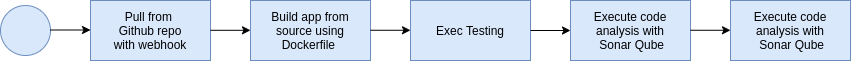
Above: images/process-flow.png in albertoefguerrero/albertoefguerrero.github.io (draw.io), before the change. Source tidied: cells renumbered, new cells last; positions are measured from the earlier drawing's top-left corner, leaving out a move shared by most shapes.
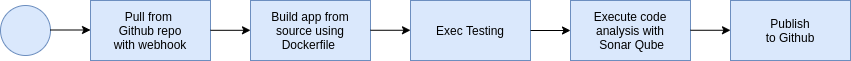
After the change.

Diff of the diagram source:
```diff
@@ -44,7 +44,7 @@
         <mxPoint x="730" y="29.8" as="targetPoint" />
       </mxGeometry>
     </mxCell>
-    <mxCell id="12" value="Execute code analysis with&lt;br&gt;&amp;nbsp;Sonar Qube" style="rounded=0;whiteSpace=wrap;html=1;fillColor=#dae8fc;strokeColor=#6c8ebf;" parent="1" vertex="1">
+    <mxCell id="12" value="Publish&lt;br&gt;to Github" style="rounded=0;whiteSpace=wrap;html=1;fillColor=#dae8fc;strokeColor=#6c8ebf;" parent="1" vertex="1">
       <mxGeometry x="730" width="120" height="60" as="geometry" />
     </mxCell>
   </root>
```
